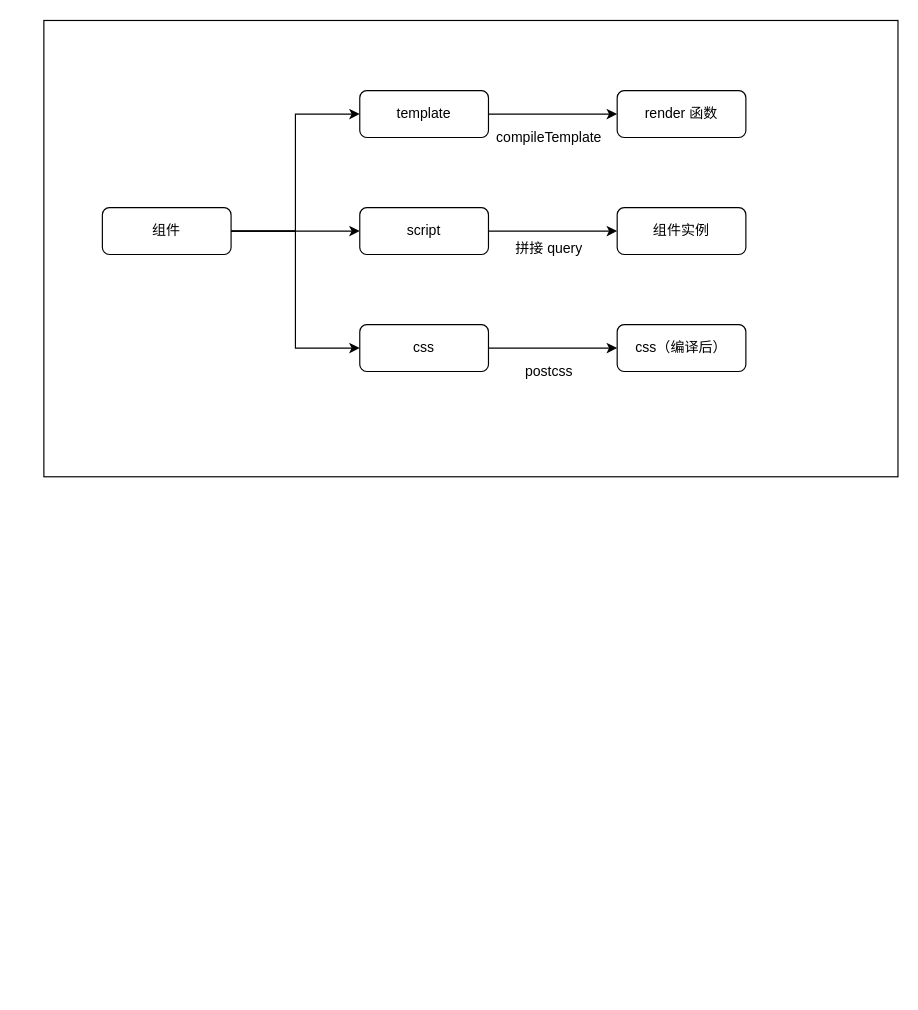
The draw.io diagram Untitled scoped css.drawio in WJCHumble/graph-asserts, before the edit. Source tidied: cells renumbered, new cells numbered last; positions are measured from the earlier drawing's top-left corner, leaving out a move shared by most shapes. Both pictures are drawn from the tidied source at 117%, with x=0, y=0 at pixel (43, 20).
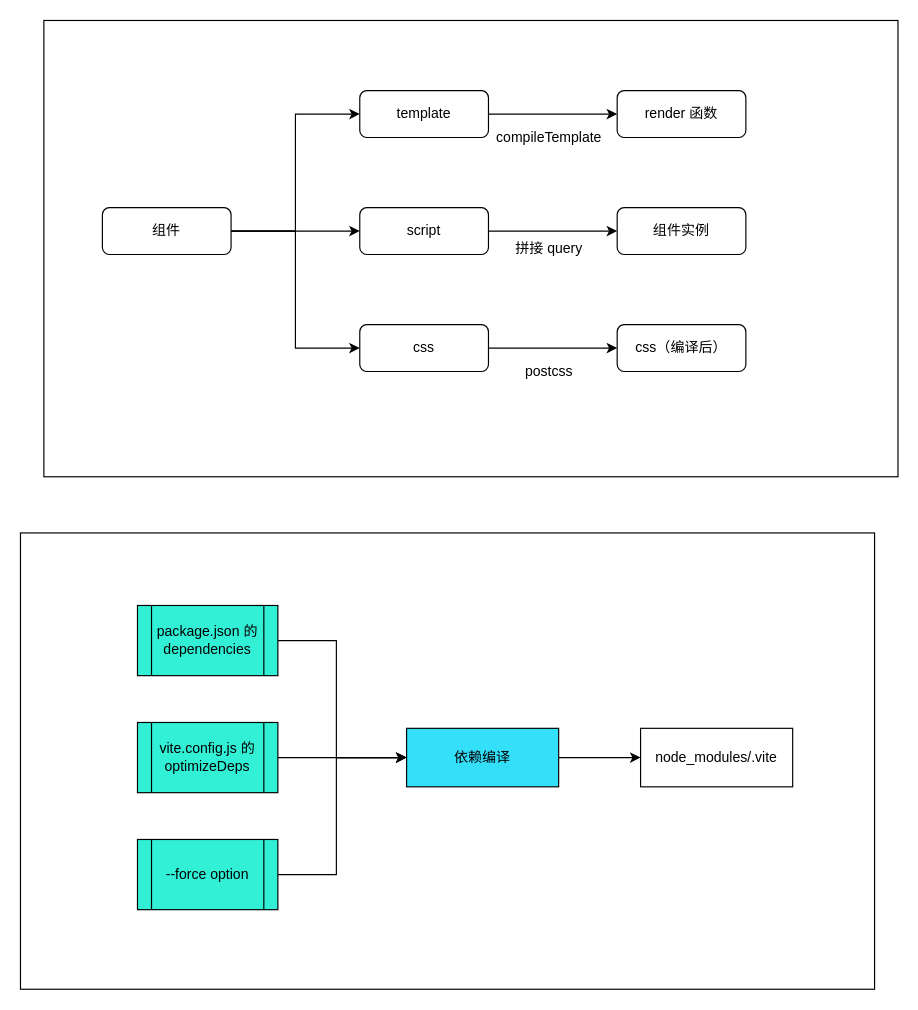
The same diagram, later.

The edit, as a diff of the source:
```diff
@@
+    <mxCell id="19" style="rounded=0;whiteSpace=wrap;html=1;" parent="1" vertex="1">
+      <mxGeometry x="-20" y="438" width="730" height="390" as="geometry" />
+    </mxCell>
+    <mxCell id="20" style="edgeStyle=orthogonalEdgeStyle;rounded=0;jettySize=auto;html=1;exitX=1;exitY=0.5;exitDx=0;exitDy=0;entryX=0;entryY=0.5;entryDx=0;entryDy=0;" parent="1" edge="1" source="21" target="28">
+      <mxGeometry relative="1" as="geometry" />
+    </mxCell>
+    <mxCell id="21" value="依赖编译" style="rounded=0;whiteSpace=wrap;html=1;fillColor=#34DFFA;" parent="1" vertex="1">
+      <mxGeometry x="310" y="605" width="130" height="50" as="geometry" />
+    </mxCell>
+    <mxCell id="22" style="edgeStyle=orthogonalEdgeStyle;rounded=0;jettySize=auto;html=1;exitX=1;exitY=0.5;exitDx=0;exitDy=0;entryX=0;entryY=0.5;entryDx=0;entryDy=0;" parent="1" edge="1" source="23" target="21">
+      <mxGeometry relative="1" as="geometry">
+        <Array as="points">
+          <mxPoint x="250" y="530" />
+          <mxPoint x="250" y="630" />
+        </Array>
+      </mxGeometry>
+    </mxCell>
+    <mxCell id="23" value="&lt;span&gt;package.json 的 dependencies&lt;/span&gt;" style="shape=process;whiteSpace=wrap;html=1;backgroundOutline=1;fillColor=#32F0D6;" parent="1" vertex="1">
+      <mxGeometry x="80" y="500" width="120" height="60" as="geometry" />
+    </mxCell>
+    <mxCell id="24" style="edgeStyle=orthogonalEdgeStyle;rounded=0;jettySize=auto;html=1;exitX=1;exitY=0.5;exitDx=0;exitDy=0;entryX=0;entryY=0.5;entryDx=0;entryDy=0;" parent="1" edge="1" source="25" target="21">
+      <mxGeometry relative="1" as="geometry" />
+    </mxCell>
+    <mxCell id="25" value="vite.config.js 的 optimizeDeps" style="shape=process;whiteSpace=wrap;html=1;backgroundOutline=1;fillColor=#32F0D6;" parent="1" vertex="1">
+      <mxGeometry x="80" y="600" width="120" height="60" as="geometry" />
+    </mxCell>
+    <mxCell id="26" style="edgeStyle=orthogonalEdgeStyle;rounded=0;jettySize=auto;html=1;exitX=1;exitY=0.5;exitDx=0;exitDy=0;" parent="1" edge="1" source="27">
+      <mxGeometry relative="1" as="geometry">
+        <mxPoint x="310" y="630" as="targetPoint" />
+        <Array as="points">
+          <mxPoint x="250" y="730" />
+          <mxPoint x="250" y="630" />
+        </Array>
+      </mxGeometry>
+    </mxCell>
+    <mxCell id="27" value="--force option" style="shape=process;whiteSpace=wrap;html=1;backgroundOutline=1;fillColor=#32F0D6;" parent="1" vertex="1">
+      <mxGeometry x="80" y="700" width="120" height="60" as="geometry" />
+    </mxCell>
+    <mxCell id="28" value="node_modules/.vite" style="rounded=0;whiteSpace=wrap;html=1;" parent="1" vertex="1">
+      <mxGeometry x="510" y="605" width="130" height="50" as="geometry" />
+    </mxCell>
```
